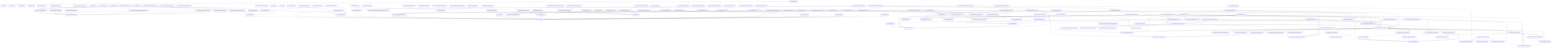
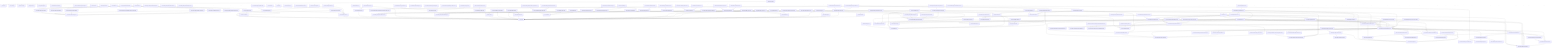
graph TD
  package__ankhorage_studio["@ankhorage/studio"]
  entrypoint_src_index_ts["src/index.ts"]
  package__ankhorage_studio --> entrypoint_src_index_ts
  module_knip_config_ts["knip.config.ts"]
  package__ankhorage_studio -.-> module_knip_config_ts
  module_paradox_config_ts["paradox.config.ts"]
  package__ankhorage_studio -.-> module_paradox_config_ts
  module_src_app_index_ts["src/app/index.ts"]
  package__ankhorage_studio -.-> module_src_app_index_ts
  module_src_app_StudioApp_tsx["src/app/StudioApp.tsx"]
  package__ankhorage_studio -.-> module_src_app_StudioApp_tsx
  module_src_app_StudioDashboard_tsx["src/app/StudioDashboard.tsx"]
  package__ankhorage_studio -.-> module_src_app_StudioDashboard_tsx
  module_src_app_StudioDashboard_tsx --> module_src_hooks_useProjects_ts
  module_src_app_StudioDashboard_tsx --> module_src_hooks_useTemplateSummaries_ts
  module_src_app_StudioDashboard_tsx --> module_src_modules_dashboard_platform_ts
  module_src_app_StudioDashboard_tsx --> module_src_modules_dashboard_search_ts
  module_src_app_StudioDashboard_tsx --> module_src_modules_dashboard_templates_ts
  module_src_app_StudioDashboard_tsx --> module_src_modules_dashboard_types_ts
  module_src_app_StudioDashboard_tsx --> module_src_modules_dashboard_ui_DashboardSectionHeader_tsx
  module_src_app_StudioDashboard_tsx --> module_src_modules_dashboard_ui_ProjectCard_tsx
  module_src_app_StudioDashboard_tsx --> module_src_modules_dashboard_ui_TemplateCard_tsx
  module_src_authFlowContract_test_ts["src/authFlowContract.test.ts"]
  package__ankhorage_studio -.-> module_src_authFlowContract_test_ts
  module_src_authSettings_test_ts["src/authSettings.test.ts"]
  package__ankhorage_studio -.-> module_src_authSettings_test_ts
  module_src_authSettings_test_ts --> module_src_authSettings_ts
  module_src_authSettings_ts["src/authSettings.ts"]
  package__ankhorage_studio -.-> module_src_authSettings_ts
  module_src_canvasDragModel_public_test_ts["src/canvasDragModel.public.test.ts"]
  package__ankhorage_studio -.-> module_src_canvasDragModel_public_test_ts
  module_src_canvasDragModel_public_test_ts --> module_src_canvasDragModel_ts
  module_src_canvasDragModel_public_test_ts --> module_src_canvasDropZones_ts
  module_src_canvasDragModel_test_ts["src/canvasDragModel.test.ts"]
  package__ankhorage_studio -.-> module_src_canvasDragModel_test_ts
  module_src_canvasDragModel_test_ts --> module_src_canvasDragModel_ts
  module_src_canvasDragModel_test_ts --> module_src_canvasDropZones_ts
  module_src_canvasDragModel_ts["src/canvasDragModel.ts"]
  package__ankhorage_studio -.-> module_src_canvasDragModel_ts
  module_src_canvasDragModel_ts --> module_src_canvasDropZones_ts
  module_src_canvasDragModel_ts --> module_src_index_ts
  module_src_canvasDropZones_test_ts["src/canvasDropZones.test.ts"]
  package__ankhorage_studio -.-> module_src_canvasDropZones_test_ts
  module_src_canvasDropZones_test_ts --> module_src_canvasDropZones_ts
  module_src_canvasDropZones_test_ts --> module_src_index_ts
  module_src_canvasDropZones_ts["src/canvasDropZones.ts"]
  package__ankhorage_studio -.-> module_src_canvasDropZones_ts
  module_src_canvasDropZones_ts --> module_src_index_ts
+   module_src_cli_index_ts["src/cli/index.ts"]
+   package__ankhorage_studio -.-> module_src_cli_index_ts
+   module_src_cli_index_ts --> module_src_host_createStudioHost_ts
+   module_src_cli_index_ts --> module_src_host_http_server_ts
+   module_src_cli_index_ts --> module_src_host_templateRegistry_index_ts
+   module_src_cli_index_ts --> module_src_host_utils_workspaceRoot_ts
  module_src_core_constants_ts["src/core/constants.ts"]
  package__ankhorage_studio -.-> module_src_core_constants_ts
  module_src_core_StudioContext_ts["src/core/StudioContext.ts"]
  package__ankhorage_studio -.-> module_src_core_StudioContext_ts
  module_src_core_StudioContext_ts --> module_src_index_ts
  module_src_core_studioPackageBoundary_ts["src/core/studioPackageBoundary.ts"]
  package__ankhorage_studio -.-> module_src_core_studioPackageBoundary_ts
  module_src_core_StudioProvider_ts["src/core/StudioProvider.ts"]
  package__ankhorage_studio -.-> module_src_core_StudioProvider_ts
  module_src_core_StudioProvider_ts --> module_src_core_StudioContext_ts
  module_src_core_StudioProvider_ts --> module_src_index_ts
  module_src_dnd_index_ts["src/dnd/index.ts"]
  package__ankhorage_studio -.-> module_src_dnd_index_ts
  module_src_dnd_primitives_ts["src/dnd/primitives.ts"]
  package__ankhorage_studio -.-> module_src_dnd_primitives_ts
  module_src_dnd_state_ts["src/dnd/state.ts"]
  package__ankhorage_studio -.-> module_src_dnd_state_ts
  module_src_hooks_useProjects_ts["src/hooks/useProjects.ts"]
  package__ankhorage_studio -.-> module_src_hooks_useProjects_ts
  module_src_hooks_useProjects_ts --> module_src_core_constants_ts
  module_src_hooks_useTemplateSummaries_ts["src/hooks/useTemplateSummaries.ts"]
  package__ankhorage_studio -.-> module_src_hooks_useTemplateSummaries_ts
  module_src_hooks_useTemplateSummaries_ts --> module_src_core_constants_ts
  module_src_hooks_useTemplateSummaries_ts --> module_src_modules_dashboard_types_ts
  module_src_host_auth_projectAuthHealthService_ts["src/host/auth/projectAuthHealthService.ts"]
  package__ankhorage_studio -.-> module_src_host_auth_projectAuthHealthService_ts
  module_src_host_auth_projectAuthHealthService_ts --> module_src_host_orchestrator_projectManager_ts
  module_src_host_auth_projectAuthHealthService_ts --> module_src_host_secrets_projectSecretService_ts
  module_src_host_auth_projectAuthHealthService_ts --> module_src_projectAuthHealth_ts
  module_src_host_auth_projectAuthService_test_ts["src/host/auth/projectAuthService.test.ts"]
  package__ankhorage_studio -.-> module_src_host_auth_projectAuthService_test_ts
  module_src_host_auth_projectAuthService_test_ts --> module_src_host_auth_projectAuthService_ts
  module_src_host_auth_projectAuthService_ts["src/host/auth/projectAuthService.ts"]
  package__ankhorage_studio -.-> module_src_host_auth_projectAuthService_ts
  module_src_host_auth_projectAuthService_ts --> module_src_authSettings_ts
  module_src_host_auth_projectAuthService_ts --> module_src_host_orchestrator_projectManager_ts
  module_src_host_createStudioHost_ts["src/host/createStudioHost.ts"]
  package__ankhorage_studio -.-> module_src_host_createStudioHost_ts
  module_src_host_createStudioHost_ts --> module_src_host_orchestrator_infraRuntime_ts
  module_src_host_createStudioHost_ts --> module_src_host_orchestrator_moduleManager_ts
  module_src_host_createStudioHost_ts --> module_src_host_orchestrator_projectManager_ts
  module_src_host_hostLifecycle_smoke_test_ts["src/host/hostLifecycle.smoke.test.ts"]
  package__ankhorage_studio -.-> module_src_host_hostLifecycle_smoke_test_ts
  module_src_host_hostLifecycle_smoke_test_ts --> module_src_host_orchestrator_moduleManager_ts
  module_src_host_hostLifecycle_smoke_test_ts --> module_src_host_orchestrator_projectManager_ts
  module_src_host_hostLifecycle_smoke_test_ts --> module_src_host_templateRegistry_index_ts
  module_src_host_hostOwnership_test_ts["src/host/hostOwnership.test.ts"]
  package__ankhorage_studio -.-> module_src_host_hostOwnership_test_ts
  module_src_host_hostOwnership_test_ts --> module_src_host_http_security_ts
  module_src_host_hostOwnership_test_ts --> module_src_host_orchestrator_projectPaths_ts
  module_src_host_hostOwnership_test_ts --> module_src_host_utils_workspaceRoot_ts
  module_src_host_http_authRoutes_ts["src/host/http/authRoutes.ts"]
  package__ankhorage_studio -.-> module_src_host_http_authRoutes_ts
  module_src_host_http_authRoutes_ts --> module_src_host_auth_projectAuthHealthService_ts
  module_src_host_http_authRoutes_ts --> module_src_host_auth_projectAuthService_ts
  module_src_host_http_authRoutes_ts --> module_src_host_orchestrator_projectManager_ts
  module_src_host_http_authRoutes_ts --> module_src_host_secrets_projectSecretService_ts
  module_src_host_http_secretRoutes_ts["src/host/http/secretRoutes.ts"]
  package__ankhorage_studio -.-> module_src_host_http_secretRoutes_ts
  module_src_host_http_secretRoutes_ts --> module_src_host_orchestrator_projectManager_ts
  module_src_host_http_secretRoutes_ts --> module_src_host_secrets_projectSecretService_ts
  module_src_host_http_security_ts["src/host/http/security.ts"]
  package__ankhorage_studio -.-> module_src_host_http_security_ts
  module_src_host_http_server_ts["src/host/http/server.ts"]
  package__ankhorage_studio -.-> module_src_host_http_server_ts
  module_src_host_http_server_ts --> module_src_host_http_security_ts
  module_src_host_http_server_ts --> module_src_host_orchestrator_infraRuntime_ts
  module_src_host_http_server_ts --> module_src_host_orchestrator_moduleManager_ts
  module_src_host_http_server_ts --> module_src_host_orchestrator_projectManager_ts
  module_src_host_http_server_ts --> module_src_host_orchestrator_resolveMutations_ts
  module_src_host_http_server_ts --> module_src_host_templateRegistry_index_ts
  module_src_host_http_server_ts --> module_src_host_utils_trimOutput_ts
  module_src_host_http_server_ts --> module_src_host_utils_workspaceRoot_ts
  module_src_host_http_serverWithSecrets_ts["src/host/http/serverWithSecrets.ts"]
  package__ankhorage_studio -.-> module_src_host_http_serverWithSecrets_ts
  module_src_host_http_serverWithSecrets_ts --> module_src_host_http_authRoutes_ts
  module_src_host_http_serverWithSecrets_ts --> module_src_host_http_secretRoutes_ts
  module_src_host_http_serverWithSecrets_ts --> module_src_host_http_server_ts
  module_src_host_http_serverWithSecrets_ts --> module_src_host_orchestrator_moduleManager_ts
  module_src_host_http_serverWithSecrets_ts --> module_src_host_orchestrator_projectManager_ts
  module_src_host_http_serverWithSecrets_ts --> module_src_host_utils_workspaceRoot_ts
  module_src_host_http_standalone_ts["src/host/http/standalone.ts"]
  package__ankhorage_studio -.-> module_src_host_http_standalone_ts
  module_src_host_http_standalone_ts --> module_src_host_http_serverWithSecrets_ts
  module_src_host_index_ts["src/host/index.ts"]
  package__ankhorage_studio -.-> module_src_host_index_ts
  module_src_host_layout_auth_resolveAuthLayoutPlan_test_ts["src/host/layout/auth/resolveAuthLayoutPlan.test.ts"]
  package__ankhorage_studio -.-> module_src_host_layout_auth_resolveAuthLayoutPlan_test_ts
  module_src_host_layout_auth_resolveAuthLayoutPlan_test_ts --> module_src_host_layout_auth_resolveAuthLayoutPlan_ts
  module_src_host_layout_auth_resolveAuthLayoutPlan_ts["src/host/layout/auth/resolveAuthLayoutPlan.ts"]
  package__ankhorage_studio -.-> module_src_host_layout_auth_resolveAuthLayoutPlan_ts
  module_src_host_layout_layoutGenerator_test_ts["src/host/layout/layoutGenerator.test.ts"]
  package__ankhorage_studio -.-> module_src_host_layout_layoutGenerator_test_ts
  module_src_host_layout_layoutGenerator_test_ts --> module_src_host_layout_layoutGenerator_ts
  module_src_host_layout_layoutGenerator_ts["src/host/layout/layoutGenerator.ts"]
  package__ankhorage_studio -.-> module_src_host_layout_layoutGenerator_ts
  module_src_host_layout_layoutGenerator_ts --> module_src_host_layout_auth_resolveAuthLayoutPlan_ts
  module_src_host_layout_layoutGenerator_ts --> module_src_host_layout_templates_index_ts
  module_src_host_layout_layoutGenerator_ts --> module_src_host_modules_layout_ts
  module_src_host_layout_templates_auth_adapter_ts["src/host/layout/templates/auth/adapter.ts"]
  package__ankhorage_studio -.-> module_src_host_layout_templates_auth_adapter_ts
  module_src_host_layout_templates_auth_callback_ts["src/host/layout/templates/auth/callback.ts"]
  package__ankhorage_studio -.-> module_src_host_layout_templates_auth_callback_ts
  module_src_host_layout_templates_auth_callback_ts --> module_src_host_layout_templates_utils_routes_ts
  module_src_host_layout_templates_auth_callback_ts --> module_src_host_layout_utils_escapeStringLiteral_ts
  module_src_host_layout_templates_auth_oauth_ts["src/host/layout/templates/auth/oauth.ts"]
  package__ankhorage_studio -.-> module_src_host_layout_templates_auth_oauth_ts
  module_src_host_layout_templates_auth_oauth_ts --> module_src_host_layout_auth_resolveAuthLayoutPlan_ts
  module_src_host_layout_templates_auth_oauth_ts --> module_src_host_layout_utils_escapeStringLiteral_ts
  module_src_host_layout_templates_auth_screen_ts["src/host/layout/templates/auth/screen.ts"]
  package__ankhorage_studio -.-> module_src_host_layout_templates_auth_screen_ts
  module_src_host_layout_templates_auth_screen_ts --> module_src_host_layout_auth_resolveAuthLayoutPlan_ts
  module_src_host_layout_templates_auth_screen_ts --> module_src_host_layout_templates_utils_routes_ts
  module_src_host_layout_templates_auth_screen_ts --> module_src_host_layout_templates_utils_strings_ts
  module_src_host_layout_templates_auth_screen_ts --> module_src_host_layout_utils_escapeStringLiteral_ts
  module_src_host_layout_templates_auth_session_ts["src/host/layout/templates/auth/session.ts"]
  package__ankhorage_studio -.-> module_src_host_layout_templates_auth_session_ts
  module_src_host_layout_templates_auth_signOut_ts["src/host/layout/templates/auth/signOut.ts"]
  package__ankhorage_studio -.-> module_src_host_layout_templates_auth_signOut_ts
  module_src_host_layout_templates_index_ts["src/host/layout/templates/index.ts"]
  package__ankhorage_studio -.-> module_src_host_layout_templates_index_ts
  module_src_host_layout_templates_navigation_ts["src/host/layout/templates/navigation.ts"]
  package__ankhorage_studio -.-> module_src_host_layout_templates_navigation_ts
  module_src_host_layout_templates_navigation_ts --> module_src_host_layout_utils_escapeStringLiteral_ts
  module_src_host_layout_templates_nestedLayout_ts["src/host/layout/templates/nestedLayout.ts"]
  package__ankhorage_studio -.-> module_src_host_layout_templates_nestedLayout_ts
  module_src_host_layout_templates_nestedLayout_ts --> module_src_host_layout_templates_navigation_ts
  module_src_host_layout_templates_nestedLayout_ts --> module_src_host_layout_templates_utils_strings_ts
  module_src_host_layout_templates_redirect_ts["src/host/layout/templates/redirect.ts"]
  package__ankhorage_studio -.-> module_src_host_layout_templates_redirect_ts
  module_src_host_layout_templates_redirect_ts --> module_src_host_layout_utils_escapeStringLiteral_ts
  module_src_host_layout_templates_rootLayout_test_ts["src/host/layout/templates/rootLayout.test.ts"]
  package__ankhorage_studio -.-> module_src_host_layout_templates_rootLayout_test_ts
  module_src_host_layout_templates_rootLayout_test_ts --> module_src_host_layout_templates_rootLayout_ts
  module_src_host_layout_templates_rootLayout_ts["src/host/layout/templates/rootLayout.ts"]
  package__ankhorage_studio -.-> module_src_host_layout_templates_rootLayout_ts
  module_src_host_layout_templates_rootLayout_ts --> module_src_host_layout_templates_navigation_ts
  module_src_host_layout_templates_rootLayout_ts --> module_src_host_layout_templates_utils_routes_ts
  module_src_host_layout_templates_rootLayout_ts --> module_src_host_layout_utils_escapeStringLiteral_ts
  module_src_host_layout_templates_rootLayout_ts --> module_src_host_modules_layout_ts
  module_src_host_layout_templates_screen_ts["src/host/layout/templates/screen.ts"]
  package__ankhorage_studio -.-> module_src_host_layout_templates_screen_ts
  module_src_host_layout_templates_screen_ts --> module_src_host_layout_templates_utils_strings_ts
  module_src_host_layout_templates_screen_ts --> module_src_host_layout_utils_escapeStringLiteral_ts
  module_src_host_layout_templates_utils_routes_ts["src/host/layout/templates/utils/routes.ts"]
  package__ankhorage_studio -.-> module_src_host_layout_templates_utils_routes_ts
  module_src_host_layout_templates_utils_strings_ts["src/host/layout/templates/utils/strings.ts"]
  package__ankhorage_studio -.-> module_src_host_layout_templates_utils_strings_ts
  module_src_host_layout_utils_escapeStringLiteral_ts["src/host/layout/utils/escapeStringLiteral.ts"]
  package__ankhorage_studio -.-> module_src_host_layout_utils_escapeStringLiteral_ts
  module_src_host_manifestSystem_auth_index_ts["src/host/manifestSystem/auth/index.ts"]
  package__ankhorage_studio -.-> module_src_host_manifestSystem_auth_index_ts
  module_src_host_manifestSystem_auth_shared_global_auth_system_tpl_ts["src/host/manifestSystem/auth/shared/global.auth.system.tpl.ts"]
  package__ankhorage_studio -.-> module_src_host_manifestSystem_auth_shared_global_auth_system_tpl_ts
  module_src_host_manifestSystem_auth_shared_index_ts["src/host/manifestSystem/auth/shared/index.ts"]
  package__ankhorage_studio -.-> module_src_host_manifestSystem_auth_shared_index_ts
  module_src_host_manifestSystem_auth_shared_index_ts --> module_src_host_manifestSystem_auth_shared_global_auth_system_tpl_ts
  module_src_host_manifestSystem_auth_shared_index_ts --> module_src_host_manifestSystem_types_ts
  module_src_host_manifestSystem_index_ts["src/host/manifestSystem/index.ts"]
  package__ankhorage_studio -.-> module_src_host_manifestSystem_index_ts
  module_src_host_manifestSystem_index_ts --> module_src_host_manifestSystem_auth_index_ts
  module_src_host_manifestSystem_index_ts --> module_src_host_manifestSystem_types_ts
  module_src_host_manifestSystem_index_ts --> module_src_host_utils_requirementsInference_ts
  module_src_host_manifestSystem_types_ts["src/host/manifestSystem/types.ts"]
  package__ankhorage_studio -.-> module_src_host_manifestSystem_types_ts
  module_src_host_modules_catalog_ts["src/host/modules/catalog.ts"]
  package__ankhorage_studio -.-> module_src_host_modules_catalog_ts
  module_src_host_modules_catalog_ts --> module_src_host_modules_layout_ts
  module_src_host_modules_layout_ts["src/host/modules/layout.ts"]
  package__ankhorage_studio -.-> module_src_host_modules_layout_ts
  module_src_host_modules_runtime_LocalFsTargetAdapter_ts["src/host/modules/runtime/LocalFsTargetAdapter.ts"]
  package__ankhorage_studio -.-> module_src_host_modules_runtime_LocalFsTargetAdapter_ts
  module_src_host_oauthFixtureConsumer_smoke_test_ts["src/host/oauthFixtureConsumer.smoke.test.ts"]
  package__ankhorage_studio -.-> module_src_host_oauthFixtureConsumer_smoke_test_ts
  module_src_host_oauthFixtureConsumer_smoke_test_ts --> module_src_host_orchestrator_moduleManager_ts
  module_src_host_oauthFixtureConsumer_smoke_test_ts --> module_src_host_orchestrator_projectManager_ts
  module_src_host_oauthFixtureConsumer_smoke_test_ts --> module_src_host_templateRegistry_index_ts
  module_src_host_orchestrator_generatedAppFiles_ts["src/host/orchestrator/generatedAppFiles.ts"]
  package__ankhorage_studio -.-> module_src_host_orchestrator_generatedAppFiles_ts
  module_src_host_orchestrator_generatedAppFiles_ts --> module_src_host_zoraExtensions_index_ts
  module_src_host_orchestrator_generatedRouteCleanup_ts["src/host/orchestrator/generatedRouteCleanup.ts"]
  package__ankhorage_studio -.-> module_src_host_orchestrator_generatedRouteCleanup_ts
  module_src_host_orchestrator_infraGenerator_ts["src/host/orchestrator/infraGenerator.ts"]
  package__ankhorage_studio -.-> module_src_host_orchestrator_infraGenerator_ts
  module_src_host_orchestrator_infraGenerator_ts --> module_src_host_orchestrator_infraValidation_ts
  module_src_host_orchestrator_infraRuntime_ts["src/host/orchestrator/infraRuntime.ts"]
  package__ankhorage_studio -.-> module_src_host_orchestrator_infraRuntime_ts
  module_src_host_orchestrator_infraRuntime_ts --> module_src_host_orchestrator_projectPaths_ts
  module_src_host_orchestrator_infraValidation_ts["src/host/orchestrator/infraValidation.ts"]
  package__ankhorage_studio -.-> module_src_host_orchestrator_infraValidation_ts
  module_src_host_orchestrator_moduleManager_ts["src/host/orchestrator/moduleManager.ts"]
  package__ankhorage_studio -.-> module_src_host_orchestrator_moduleManager_ts
  module_src_host_orchestrator_moduleManager_ts --> module_src_host_modules_catalog_ts
  module_src_host_orchestrator_moduleManager_ts --> module_src_host_modules_runtime_LocalFsTargetAdapter_ts
  module_src_host_orchestrator_moduleManager_ts --> module_src_host_orchestrator_projectManager_ts
  module_src_host_orchestrator_moduleManager_ts --> module_src_host_orchestrator_resolveMutations_ts
  module_src_host_orchestrator_projectDeletion_ts["src/host/orchestrator/projectDeletion.ts"]
  package__ankhorage_studio -.-> module_src_host_orchestrator_projectDeletion_ts
  module_src_host_orchestrator_projectManager_ts["src/host/orchestrator/projectManager.ts"]
  package__ankhorage_studio -.-> module_src_host_orchestrator_projectManager_ts
  module_src_host_orchestrator_projectManager_ts --> module_src_host_layout_layoutGenerator_ts
  module_src_host_orchestrator_projectManager_ts --> module_src_host_manifestSystem_index_ts
  module_src_host_orchestrator_projectManager_ts --> module_src_host_modules_layout_ts
  module_src_host_orchestrator_projectManager_ts --> module_src_host_orchestrator_generatedRouteCleanup_ts
  module_src_host_orchestrator_projectManager_ts --> module_src_host_orchestrator_infraGenerator_ts
  module_src_host_orchestrator_projectManager_ts --> module_src_host_orchestrator_infraRuntime_ts
  module_src_host_orchestrator_projectManager_ts --> module_src_host_orchestrator_projectDeletion_ts
  module_src_host_orchestrator_projectManager_ts --> module_src_host_orchestrator_projectPaths_ts
  module_src_host_orchestrator_projectManager_ts --> module_src_host_orchestrator_projectStore_ts
  module_src_host_orchestrator_projectManager_ts --> module_src_host_orchestrator_resolveMutations_ts
  module_src_host_orchestrator_projectManager_ts --> module_src_host_orchestrator_scaffolder_ts
  module_src_host_orchestrator_projectManager_ts --> module_src_host_orchestrator_templates_ts
  module_src_host_orchestrator_projectManager_ts --> module_src_host_orchestrator_workspaceRuntime_ts
  module_src_host_orchestrator_projectManager_ts --> module_src_host_templateRegistry_index_ts
  module_src_host_orchestrator_projectManager_ts --> module_src_host_zoraExtensions_index_ts
  module_src_host_orchestrator_projectPaths_ts["src/host/orchestrator/projectPaths.ts"]
  package__ankhorage_studio -.-> module_src_host_orchestrator_projectPaths_ts
  module_src_host_orchestrator_projectStore_ts["src/host/orchestrator/projectStore.ts"]
  package__ankhorage_studio -.-> module_src_host_orchestrator_projectStore_ts
  module_src_host_orchestrator_projectStore_ts --> module_src_host_orchestrator_projectPaths_ts
  module_src_host_orchestrator_resolveMutations_ts["src/host/orchestrator/resolveMutations.ts"]
  package__ankhorage_studio -.-> module_src_host_orchestrator_resolveMutations_ts
  module_src_host_orchestrator_resolveMutations_ts --> module_src_host_modules_catalog_ts
  module_src_host_orchestrator_resolveMutations_ts --> module_src_host_modules_layout_ts
  module_src_host_orchestrator_scaffolder_ts["src/host/orchestrator/scaffolder.ts"]
  package__ankhorage_studio -.-> module_src_host_orchestrator_scaffolder_ts
  module_src_host_orchestrator_scaffolder_ts --> module_src_host_manifestSystem_index_ts
  module_src_host_orchestrator_scaffolder_ts --> module_src_host_orchestrator_generatedAppFiles_ts
  module_src_host_orchestrator_scaffolder_ts --> module_src_host_orchestrator_templates_ts
  module_src_host_orchestrator_scaffolder_ts --> module_src_host_templateRegistry_index_ts
  module_src_host_orchestrator_scaffolder_ts --> module_src_host_zoraExtensions_index_ts
  module_src_host_orchestrator_templates_test_ts["src/host/orchestrator/templates.test.ts"]
  package__ankhorage_studio -.-> module_src_host_orchestrator_templates_test_ts
  module_src_host_orchestrator_templates_test_ts --> module_src_host_orchestrator_templates_ts
  module_src_host_orchestrator_templates_ts["src/host/orchestrator/templates.ts"]
  package__ankhorage_studio -.-> module_src_host_orchestrator_templates_ts
  module_src_host_orchestrator_workspaceRuntime_ts["src/host/orchestrator/workspaceRuntime.ts"]
  package__ankhorage_studio -.-> module_src_host_orchestrator_workspaceRuntime_ts
  module_src_host_secrets_bunSupabaseVaultClient_ts["src/host/secrets/bunSupabaseVaultClient.ts"]
  package__ankhorage_studio -.-> module_src_host_secrets_bunSupabaseVaultClient_ts
  module_src_host_secrets_projectSecretService_test_ts["src/host/secrets/projectSecretService.test.ts"]
  package__ankhorage_studio -.-> module_src_host_secrets_projectSecretService_test_ts
  module_src_host_secrets_projectSecretService_test_ts --> module_src_host_secrets_projectSecretService_ts
  module_src_host_secrets_projectSecretService_ts["src/host/secrets/projectSecretService.ts"]
  package__ankhorage_studio -.-> module_src_host_secrets_projectSecretService_ts
  module_src_host_secrets_projectSecretService_ts --> module_src_host_orchestrator_projectManager_ts
  module_src_host_secrets_projectSecretService_ts --> module_src_host_orchestrator_projectPaths_ts
  module_src_host_secrets_projectSecretService_ts --> module_src_host_secrets_bunSupabaseVaultClient_ts
  module_src_host_secrets_projectSecretService_ts --> module_src_host_secrets_resolveProjectSecretDatabaseUrl_ts
  module_src_host_secrets_projectSecretService_ts --> module_src_projectSecretUsage_ts
  module_src_host_secrets_resolveProjectSecretDatabaseUrl_test_ts["src/host/secrets/resolveProjectSecretDatabaseUrl.test.ts"]
  package__ankhorage_studio -.-> module_src_host_secrets_resolveProjectSecretDatabaseUrl_test_ts
  module_src_host_secrets_resolveProjectSecretDatabaseUrl_test_ts --> module_src_host_secrets_resolveProjectSecretDatabaseUrl_ts
  module_src_host_secrets_resolveProjectSecretDatabaseUrl_ts["src/host/secrets/resolveProjectSecretDatabaseUrl.ts"]
  package__ankhorage_studio -.-> module_src_host_secrets_resolveProjectSecretDatabaseUrl_ts
  module_src_host_templateRegistry_index_ts["src/host/templateRegistry/index.ts"]
  package__ankhorage_studio -.-> module_src_host_templateRegistry_index_ts
  module_src_host_utils_requirementsInference_ts["src/host/utils/requirementsInference.ts"]
  package__ankhorage_studio -.-> module_src_host_utils_requirementsInference_ts
  module_src_host_utils_trimOutput_ts["src/host/utils/trimOutput.ts"]
  package__ankhorage_studio -.-> module_src_host_utils_trimOutput_ts
  module_src_host_utils_workspaceRoot_ts["src/host/utils/workspaceRoot.ts"]
  package__ankhorage_studio -.-> module_src_host_utils_workspaceRoot_ts
  module_src_host_zoraExtensions_index_ts["src/host/zoraExtensions/index.ts"]
  package__ankhorage_studio -.-> module_src_host_zoraExtensions_index_ts
  module_src_host_zoraExtensions_index_ts --> module_src_host_templateRegistry_index_ts
  module_src_index_test_ts["src/index.test.ts"]
  package__ankhorage_studio -.-> module_src_index_test_ts
  module_src_index_test_ts --> module_src_index_ts
  module_src_index_ts["src/index.ts"]
  module_src_insertModalModel_public_test_ts["src/insertModalModel.public.test.ts"]
  package__ankhorage_studio -.-> module_src_insertModalModel_public_test_ts
  module_src_insertModalModel_public_test_ts --> module_src_index_ts
  module_src_insertModalModel_public_test_ts --> module_src_insertModalModel_ts
  module_src_insertModalModel_test_ts["src/insertModalModel.test.ts"]
  package__ankhorage_studio -.-> module_src_insertModalModel_test_ts
  module_src_insertModalModel_test_ts --> module_src_index_ts
  module_src_insertModalModel_test_ts --> module_src_insertModalModel_ts
  module_src_insertModalModel_ts["src/insertModalModel.ts"]
  package__ankhorage_studio -.-> module_src_insertModalModel_ts
  module_src_insertModalModel_ts --> module_src_index_ts
  module_src_localizationConfig_public_test_ts["src/localizationConfig.public.test.ts"]
  package__ankhorage_studio -.-> module_src_localizationConfig_public_test_ts
  module_src_localizationConfig_public_test_ts --> module_src_localizationConfig_ts
  module_src_localizationConfig_test_ts["src/localizationConfig.test.ts"]
  package__ankhorage_studio -.-> module_src_localizationConfig_test_ts
  module_src_localizationConfig_test_ts --> module_src_localizationConfig_ts
  module_src_localizationConfig_ts["src/localizationConfig.ts"]
  package__ankhorage_studio -.-> module_src_localizationConfig_ts
  module_src_localizationPanelModel_test_ts["src/localizationPanelModel.test.ts"]
  package__ankhorage_studio -.-> module_src_localizationPanelModel_test_ts
  module_src_localizationPanelModel_test_ts --> module_src_localizationPanelModel_ts
  module_src_localizationPanelModel_ts["src/localizationPanelModel.ts"]
  package__ankhorage_studio -.-> module_src_localizationPanelModel_ts
  module_src_manifestNavigatorPreviewModel_public_test_ts["src/manifestNavigatorPreviewModel.public.test.ts"]
  package__ankhorage_studio -.-> module_src_manifestNavigatorPreviewModel_public_test_ts
  module_src_manifestNavigatorPreviewModel_public_test_ts --> module_src_manifestNavigatorPreviewModel_ts
  module_src_manifestNavigatorPreviewModel_test_ts["src/manifestNavigatorPreviewModel.test.ts"]
  package__ankhorage_studio -.-> module_src_manifestNavigatorPreviewModel_test_ts
  module_src_manifestNavigatorPreviewModel_test_ts --> module_src_manifestNavigatorPreviewModel_ts
  module_src_manifestNavigatorPreviewModel_ts["src/manifestNavigatorPreviewModel.ts"]
  package__ankhorage_studio -.-> module_src_manifestNavigatorPreviewModel_ts
  module_src_manifestNavigatorPreviewModel_ts --> module_src_routeUtils_ts
  module_src_manifestState_public_test_ts["src/manifestState.public.test.ts"]
  package__ankhorage_studio -.-> module_src_manifestState_public_test_ts
  module_src_manifestState_public_test_ts --> module_src_index_ts
  module_src_manifestState_public_test_ts --> module_src_manifestState_ts
  module_src_manifestState_routes_test_ts["src/manifestState.routes.test.ts"]
  package__ankhorage_studio -.-> module_src_manifestState_routes_test_ts
  module_src_manifestState_routes_test_ts --> module_src_index_ts
  module_src_manifestState_routes_test_ts --> module_src_manifestState_ts
  module_src_manifestState_test_ts["src/manifestState.test.ts"]
  package__ankhorage_studio -.-> module_src_manifestState_test_ts
  module_src_manifestState_test_ts --> module_src_index_ts
  module_src_manifestState_test_ts --> module_src_manifestState_ts
  module_src_manifestState_ts["src/manifestState.ts"]
  package__ankhorage_studio -.-> module_src_manifestState_ts
  module_src_manifestState_ts --> module_src_index_ts
  module_src_manifestSync_test_ts["src/manifestSync.test.ts"]
  package__ankhorage_studio -.-> module_src_manifestSync_test_ts
  module_src_manifestSync_test_ts --> module_src_index_ts
  module_src_manifestSync_test_ts --> module_src_manifestSync_ts
  module_src_manifestSync_ts["src/manifestSync.ts"]
  package__ankhorage_studio -.-> module_src_manifestSync_ts
  module_src_manifestSync_ts --> module_src_index_ts
  module_src_modules_dashboard_platform_ts["src/modules/dashboard/platform.ts"]
  package__ankhorage_studio -.-> module_src_modules_dashboard_platform_ts
  module_src_modules_dashboard_search_ts["src/modules/dashboard/search.ts"]
  package__ankhorage_studio -.-> module_src_modules_dashboard_search_ts
  module_src_modules_dashboard_search_ts --> module_src_modules_dashboard_types_ts
  module_src_modules_dashboard_templates_ts["src/modules/dashboard/templates.ts"]
  package__ankhorage_studio -.-> module_src_modules_dashboard_templates_ts
  module_src_modules_dashboard_templates_ts --> module_src_modules_dashboard_types_ts
  module_src_modules_dashboard_types_ts["src/modules/dashboard/types.ts"]
  package__ankhorage_studio -.-> module_src_modules_dashboard_types_ts
  module_src_modules_dashboard_ui_DashboardSectionHeader_tsx["src/modules/dashboard/ui/DashboardSectionHeader.tsx"]
  package__ankhorage_studio -.-> module_src_modules_dashboard_ui_DashboardSectionHeader_tsx
  module_src_modules_dashboard_ui_ProjectCard_tsx["src/modules/dashboard/ui/ProjectCard.tsx"]
  package__ankhorage_studio -.-> module_src_modules_dashboard_ui_ProjectCard_tsx
  module_src_modules_dashboard_ui_ProjectCard_tsx --> module_src_modules_dashboard_types_ts
  module_src_modules_dashboard_ui_TemplateCard_tsx["src/modules/dashboard/ui/TemplateCard.tsx"]
  package__ankhorage_studio -.-> module_src_modules_dashboard_ui_TemplateCard_tsx
  module_src_modules_dashboard_ui_TemplateCard_tsx --> module_src_modules_dashboard_types_ts
  module_src_projectAuthApi_test_ts["src/projectAuthApi.test.ts"]
  package__ankhorage_studio -.-> module_src_projectAuthApi_test_ts
  module_src_projectAuthApi_test_ts --> module_src_authSettings_ts
  module_src_projectAuthApi_test_ts --> module_src_projectAuthApi_ts
  module_src_projectAuthApi_ts["src/projectAuthApi.ts"]
  package__ankhorage_studio -.-> module_src_projectAuthApi_ts
  module_src_projectAuthApi_ts --> module_src_authSettings_ts
  module_src_projectAuthApi_ts --> module_src_projectAuthHealth_ts
  module_src_projectAuthApi_ts --> module_src_secretResponseGuard_ts
  module_src_projectAuthHealth_test_ts["src/projectAuthHealth.test.ts"]
  package__ankhorage_studio -.-> module_src_projectAuthHealth_test_ts
  module_src_projectAuthHealth_test_ts --> module_src_projectAuthHealth_ts
  module_src_projectAuthHealth_ts["src/projectAuthHealth.ts"]
  package__ankhorage_studio -.-> module_src_projectAuthHealth_ts
  module_src_projectAuthHealth_ts --> module_src_authSettings_ts
  module_src_projectSecretApi_test_ts["src/projectSecretApi.test.ts"]
  package__ankhorage_studio -.-> module_src_projectSecretApi_test_ts
  module_src_projectSecretApi_test_ts --> module_src_projectSecretApi_ts
  module_src_projectSecretApi_ts["src/projectSecretApi.ts"]
  package__ankhorage_studio -.-> module_src_projectSecretApi_ts
  module_src_projectSecretApi_ts --> module_src_projectSecretUsage_ts
  module_src_projectSecretApi_ts --> module_src_secretResponseGuard_ts
  module_src_projectSecretUsage_test_ts["src/projectSecretUsage.test.ts"]
  package__ankhorage_studio -.-> module_src_projectSecretUsage_test_ts
  module_src_projectSecretUsage_test_ts --> module_src_projectSecretUsage_ts
  module_src_projectSecretUsage_ts["src/projectSecretUsage.ts"]
  package__ankhorage_studio -.-> module_src_projectSecretUsage_ts
  module_src_root_test_ts["src/root.test.ts"]
  package__ankhorage_studio -.-> module_src_root_test_ts
  module_src_root_ts["src/root.ts"]
  package__ankhorage_studio -.-> module_src_root_ts
  module_src_routeUtils_public_test_ts["src/routeUtils.public.test.ts"]
  package__ankhorage_studio -.-> module_src_routeUtils_public_test_ts
  module_src_routeUtils_public_test_ts --> module_src_routeUtils_ts
  module_src_routeUtils_test_ts["src/routeUtils.test.ts"]
  package__ankhorage_studio -.-> module_src_routeUtils_test_ts
  module_src_routeUtils_test_ts --> module_src_routeUtils_ts
  module_src_routeUtils_ts["src/routeUtils.ts"]
  package__ankhorage_studio -.-> module_src_routeUtils_ts
  module_src_runtime_actionSuppression_ts["src/runtime/actionSuppression.ts"]
  package__ankhorage_studio -.-> module_src_runtime_actionSuppression_ts
  module_src_runtime_appExtensionRegistry_ts["src/runtime/appExtensionRegistry.ts"]
  package__ankhorage_studio -.-> module_src_runtime_appExtensionRegistry_ts
  module_src_runtime_index_ts["src/runtime/index.ts"]
  package__ankhorage_studio -.-> module_src_runtime_index_ts
  module_src_runtime_localizationPreview_ts["src/runtime/localizationPreview.ts"]
  package__ankhorage_studio -.-> module_src_runtime_localizationPreview_ts
  module_src_runtime_overlay_test_ts["src/runtime/overlay.test.ts"]
  package__ankhorage_studio -.-> module_src_runtime_overlay_test_ts
  module_src_runtime_previewRegistry_ts["src/runtime/previewRegistry.ts"]
  package__ankhorage_studio -.-> module_src_runtime_previewRegistry_ts
  module_src_runtime_previewRuntimeConfig_ts["src/runtime/previewRuntimeConfig.ts"]
  package__ankhorage_studio -.-> module_src_runtime_previewRuntimeConfig_ts
  module_src_runtime_previewRuntimeConfig_ts --> module_src_runtime_actionSuppression_ts
  module_src_runtime_previewRuntimeConfig_ts --> module_src_runtime_previewRegistry_ts
  module_src_runtime_registry_tsx["src/runtime/registry.tsx"]
  package__ankhorage_studio -.-> module_src_runtime_registry_tsx
  module_src_runtime_registry_tsx --> module_src_runtime_appExtensionRegistry_ts
  module_src_runtime_runtimeActions_ts["src/runtime/runtimeActions.ts"]
  package__ankhorage_studio -.-> module_src_runtime_runtimeActions_ts
  module_src_runtime_useRuntimeAction_ts["src/runtime/useRuntimeAction.ts"]
  package__ankhorage_studio -.-> module_src_runtime_useRuntimeAction_ts
  module_src_runtime_useRuntimeAction_ts --> module_src_runtime_runtimeActions_ts
  module_src_runtimeDiagnosticsModel_test_ts["src/runtimeDiagnosticsModel.test.ts"]
  package__ankhorage_studio -.-> module_src_runtimeDiagnosticsModel_test_ts
  module_src_runtimeDiagnosticsModel_test_ts --> module_src_runtimeDiagnosticsModel_ts
  module_src_runtimeDiagnosticsModel_ts["src/runtimeDiagnosticsModel.ts"]
  package__ankhorage_studio -.-> module_src_runtimeDiagnosticsModel_ts
  module_src_runtimeLocalization_public_test_ts["src/runtimeLocalization.public.test.ts"]
  package__ankhorage_studio -.-> module_src_runtimeLocalization_public_test_ts
  module_src_runtimeLocalization_public_test_ts --> module_src_runtimeLocalization_ts
  module_src_runtimeLocalization_test_ts["src/runtimeLocalization.test.ts"]
  package__ankhorage_studio -.-> module_src_runtimeLocalization_test_ts
  module_src_runtimeLocalization_test_ts --> module_src_runtimeLocalization_ts
  module_src_runtimeLocalization_ts["src/runtimeLocalization.ts"]
  package__ankhorage_studio -.-> module_src_runtimeLocalization_ts
  module_src_secretResponseGuard_test_ts["src/secretResponseGuard.test.ts"]
  package__ankhorage_studio -.-> module_src_secretResponseGuard_test_ts
  module_src_secretResponseGuard_test_ts --> module_src_secretResponseGuard_ts
  module_src_secretResponseGuard_ts["src/secretResponseGuard.ts"]
  package__ankhorage_studio -.-> module_src_secretResponseGuard_ts
  module_src_studioAdminRouteModel_test_ts["src/studioAdminRouteModel.test.ts"]
  package__ankhorage_studio -.-> module_src_studioAdminRouteModel_test_ts
  module_src_studioAdminRouteModel_test_ts --> module_src_studioAdminRouteModel_ts
  module_src_studioAdminRouteModel_ts["src/studioAdminRouteModel.ts"]
  package__ankhorage_studio -.-> module_src_studioAdminRouteModel_ts
  module_src_studioAdminRouteModel_ts --> module_src_index_ts
  module_src_studioSelectionModel_knip_test_ts["src/studioSelectionModel.knip.test.ts"]
  package__ankhorage_studio -.-> module_src_studioSelectionModel_knip_test_ts
  module_src_studioSelectionModel_knip_test_ts --> module_src_studioSelectionModel_ts
  module_src_studioSelectionModel_test_ts["src/studioSelectionModel.test.ts"]
  package__ankhorage_studio -.-> module_src_studioSelectionModel_test_ts
  module_src_studioSelectionModel_test_ts --> module_src_studioSelectionModel_ts
  module_src_studioSelectionModel_ts["src/studioSelectionModel.ts"]
  package__ankhorage_studio -.-> module_src_studioSelectionModel_ts
  module_src_ui_AnkhStudio_ts["src/ui/AnkhStudio.ts"]
  package__ankhorage_studio -.-> module_src_ui_AnkhStudio_ts
  module_src_ui_AnkhStudio_ts --> module_src_core_StudioContext_ts
  module_src_ui_StudioAdminOverlay_test_ts["src/ui/StudioAdminOverlay.test.ts"]
  package__ankhorage_studio -.-> module_src_ui_StudioAdminOverlay_test_ts
  module_src_ui_StudioAdminOverlay_tsx["src/ui/StudioAdminOverlay.tsx"]
  package__ankhorage_studio -.-> module_src_ui_StudioAdminOverlay_tsx
  module_src_ui_StudioAdminOverlay_tsx --> module_src_projectSecretApi_ts
  module_src_ui_StudioAdminOverlay_tsx --> module_src_projectSecretUsage_ts
  module_src_ui_StudioAuthSettingsOverlay_test_ts["src/ui/StudioAuthSettingsOverlay.test.ts"]
  package__ankhorage_studio -.-> module_src_ui_StudioAuthSettingsOverlay_test_ts
  module_src_ui_StudioAuthSettingsOverlay_tsx["src/ui/StudioAuthSettingsOverlay.tsx"]
  package__ankhorage_studio -.-> module_src_ui_StudioAuthSettingsOverlay_tsx
  module_src_ui_StudioAuthSettingsOverlay_tsx --> module_src_authSettings_ts
  module_src_ui_StudioAuthSettingsOverlay_tsx --> module_src_projectAuthApi_ts
  module_src_ui_StudioAuthSettingsOverlay_tsx --> module_src_projectAuthHealth_ts
  module_src_ui_StudioAuthSettingsOverlay_tsx --> module_src_projectSecretApi_ts
  module_src_ui_useStudioAppBarAugmentation_test_ts["src/ui/useStudioAppBarAugmentation.test.ts"]
  package__ankhorage_studio -.-> module_src_ui_useStudioAppBarAugmentation_test_ts
  module_src_ui_useStudioAppBarAugmentation_ts["src/ui/useStudioAppBarAugmentation.ts"]
  package__ankhorage_studio -.-> module_src_ui_useStudioAppBarAugmentation_ts
  module_src_ui_useStudioAppBarAugmentation_ts --> module_src_core_StudioContext_ts
  module_src_ui_useStudioAppBarAugmentation_ts --> module_src_studioAdminRouteModel_ts
  module_src_ui_useStudioAppBarAugmentation_ts --> module_src_ui_StudioAdminOverlay_tsx
  module_src_ui_useStudioAppBarAugmentation_ts --> module_src_ui_StudioAuthSettingsOverlay_tsx
  module_src_utils_treeUtils_ts["src/utils/treeUtils.ts"]
  package__ankhorage_studio -.-> module_src_utils_treeUtils_ts
  module_src_utils_treeUtils_ts --> module_src_index_ts
